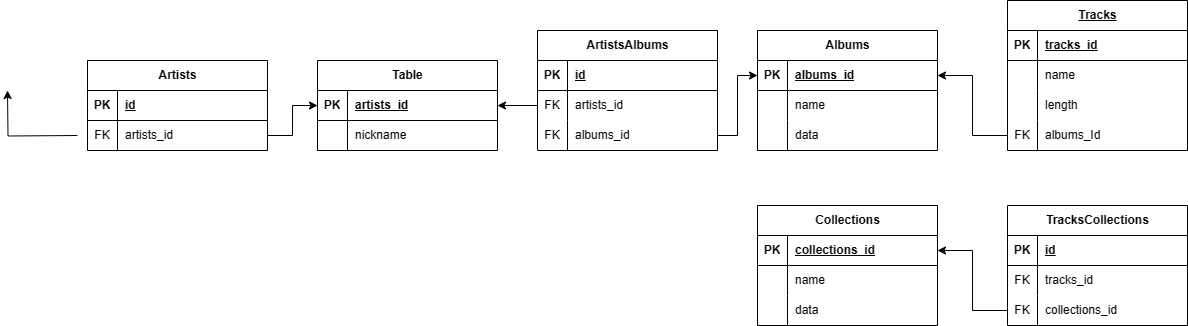
Above: Diagram DZ.drawio.png in SEREGA4332/2-dz (draw.io), before the change. Source tidied: cells renumbered, new cells last; positions are measured from the earlier drawing's top-left corner, leaving out a move shared by most shapes.
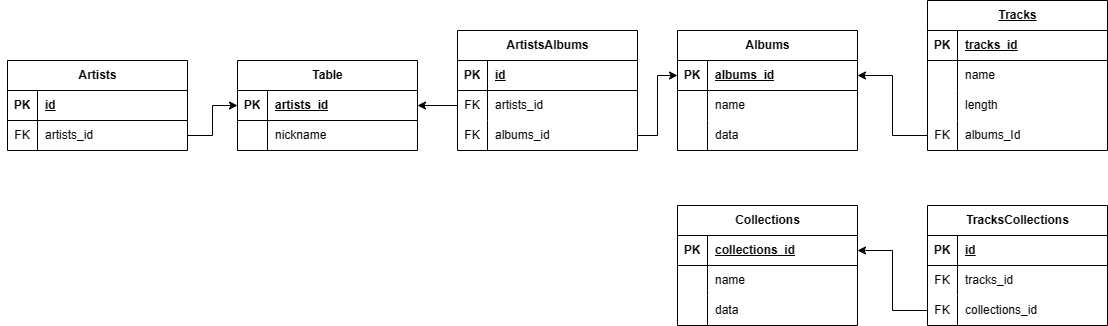
After the commit.

The edit, as a diff of the source:
```diff
@@ -23,11 +23,8 @@
     <mxCell id="8" value="artists_id" style="shape=partialRectangle;fillColor=none;top=0;left=0;bottom=0;right=0;align=left;spacingLeft=6;overflow=hidden;whiteSpace=wrap;html=1;" parent="6" vertex="1">
       <mxGeometry x="30" width="150" height="30" as="geometry" />
     </mxCell>
-    <mxCell id="9" style="edgeStyle=orthogonalEdgeStyle;rounded=0;orthogonalLoop=1;jettySize=auto;html=1;exitX=0;exitY=0.5;exitDx=0;exitDy=0;entryX=1;entryY=0.5;entryDx=0;entryDy=0;" parent="1" edge="1">
-      <mxGeometry relative="1" as="geometry">
-        <mxPoint x="70" y="135" as="sourcePoint" />
-        <mxPoint y="90" as="targetPoint" />
-      </mxGeometry>
+    <mxCell id="9" style="edgeStyle=orthogonalEdgeStyle;rounded=0;orthogonalLoop=1;jettySize=auto;html=1;exitX=0;exitY=0.5;exitDx=0;exitDy=0;entryX=0;entryY=0.5;entryDx=0;entryDy=0;" parent="2" edge="1" source="6" target="6">
+      <mxGeometry relative="1" as="geometry" />
     </mxCell>
     <mxCell id="10" value="Table" style="shape=table;startSize=30;rowLines=0;fontStyle=1;align=center;html=1;" parent="1" vertex="1">
       <mxGeometry x="310" y="60" width="180" height="90" as="geometry" />
```
